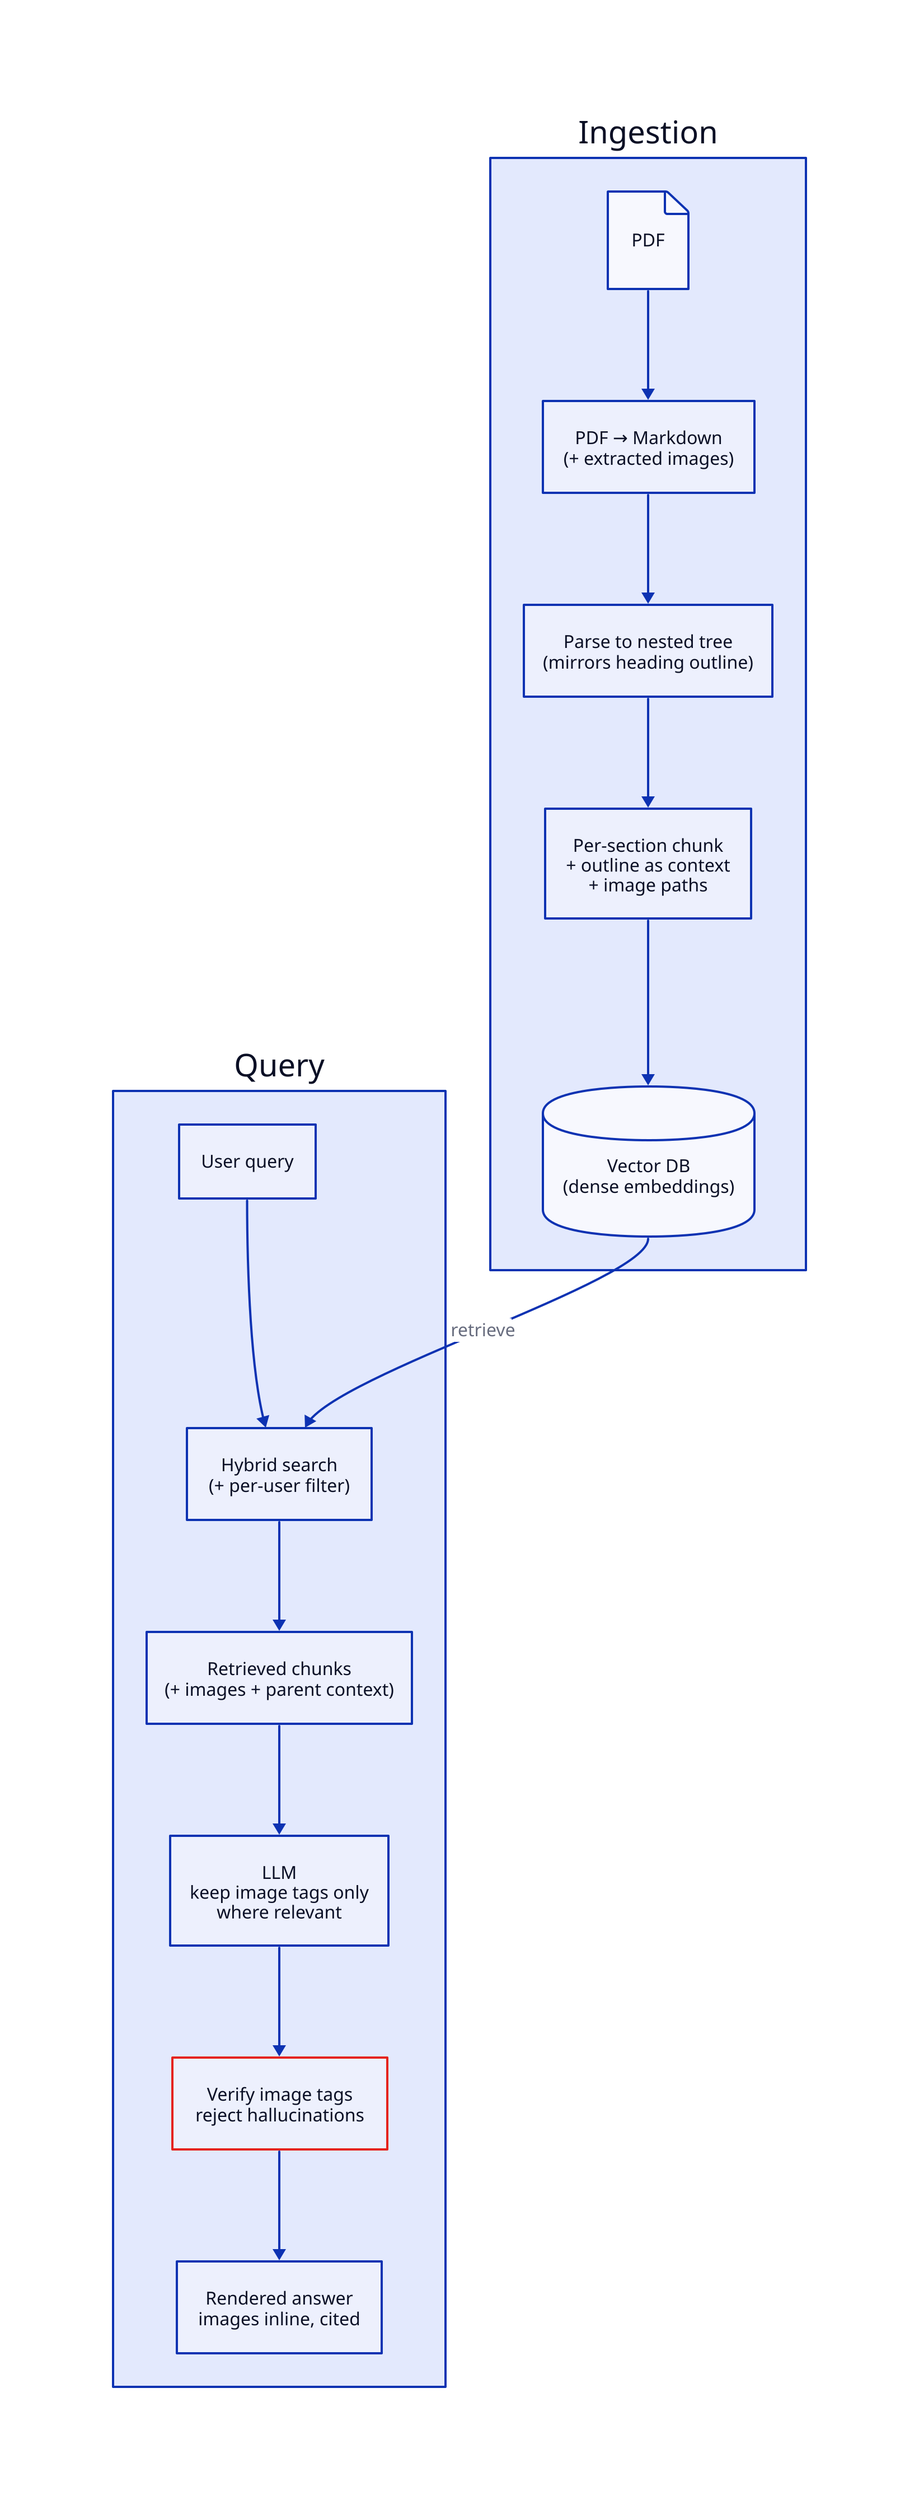
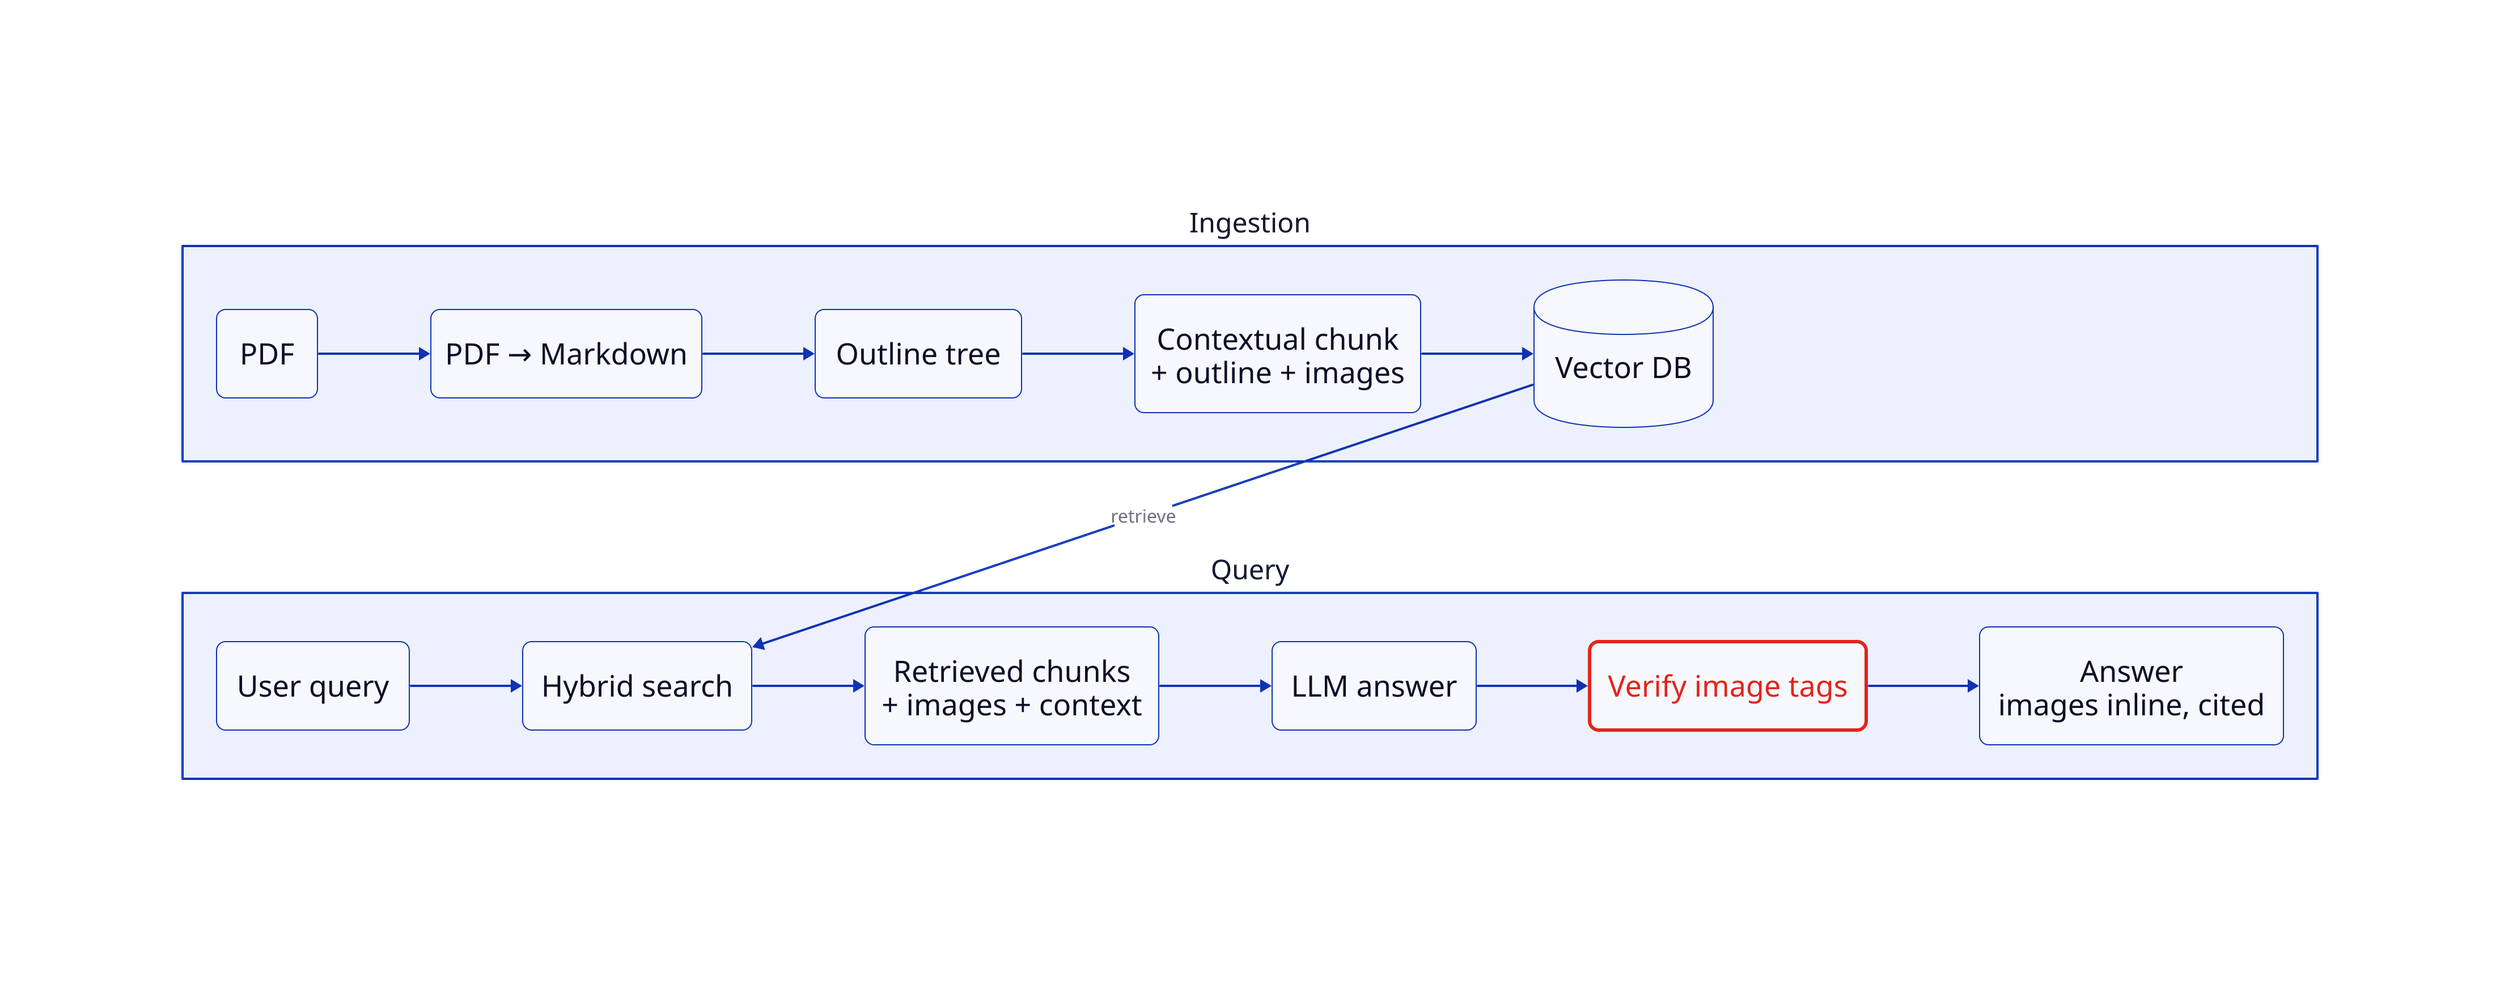
# RAG architecture — ingestion + query flow
- # Render: d2 --sketch --theme=0   ... -light.svg   (light)
- #         d2 --sketch --theme=200 ... -dark.svg    (dark)
- direction: down
- 
- ingest: Ingestion {
-   pdf: "PDF" { shape: page }
-   md: "PDF → Markdown\n(+ extracted images)"
-   tree: "Parse to nested tree\n(mirrors heading outline)"
-   chunk: "Per-section chunk\n+ outline as context\n+ image paths"
-   db: "Vector DB\n(dense embeddings)" { shape: cylinder }
-   pdf -> md -> tree -> chunk -> db
+ # Render via scripts/render-diagrams.sh (clean, two stacked lanes, Archivo, transparent bg).
+ vars: {
+   d2-config: {
+     theme-overrides: { N7: transparent }
+   }
}

- query: Query {
-   q: "User query"
-   search: "Hybrid search\n(+ per-user filter)"
-   ctx: "Retrieved chunks\n(+ images + parent context)"
-   llm: "LLM\nkeep image tags only\nwhere relevant"
-   verify: "Verify image tags\nreject hallucinations" {
-     style.stroke: "#E5231B"
-     style.stroke-width: 2
+ classes: {
+   node: { style: { border-radius: 8; font-size: 26; stroke-width: 1 } }
+   store: { shape: cylinder; style: { font-size: 26; stroke-width: 1 } }
+   focal: {
+     style: {
+       border-radius: 8
+       font-size: 26
+       stroke: "#E5231B"
+       stroke-width: 3
+       font-color: "#E5231B"
+       bold: true
+     }
  }
-   render: "Rendered answer\nimages inline, cited"
-   q -> search -> ctx -> llm -> verify -> render
}

- ingest.db -> query.search: "retrieve"
+ pipeline: "" {
+   grid-rows: 2
+   vertical-gap: 80
+   horizontal-gap: 60
+   style: { fill: transparent; stroke: transparent }
+ 
+   ingest: Ingestion {
+     direction: right
+     pdf: PDF { class: node }
+     md: "PDF → Markdown" { class: node }
+     tree: "Outline tree" { class: node }
+     chunk: "Contextual chunk\n+ outline + images" { class: node }
+     db: "Vector DB" { class: store }
+     pdf -> md -> tree -> chunk -> db
+   }
+ 
+   query: Query {
+     direction: right
+     q: "User query" { class: node }
+     search: "Hybrid search" { class: node }
+     ctx: "Retrieved chunks\n+ images + context" { class: node }
+     llm: "LLM answer" { class: node }
+     verify: "Verify image tags" { class: focal }
+     render: "Answer\nimages inline, cited" { class: node }
+     q -> search -> ctx -> llm -> verify -> render
+   }
+ }
+ 
+ pipeline.ingest.db -> pipeline.query.search: retrieve
